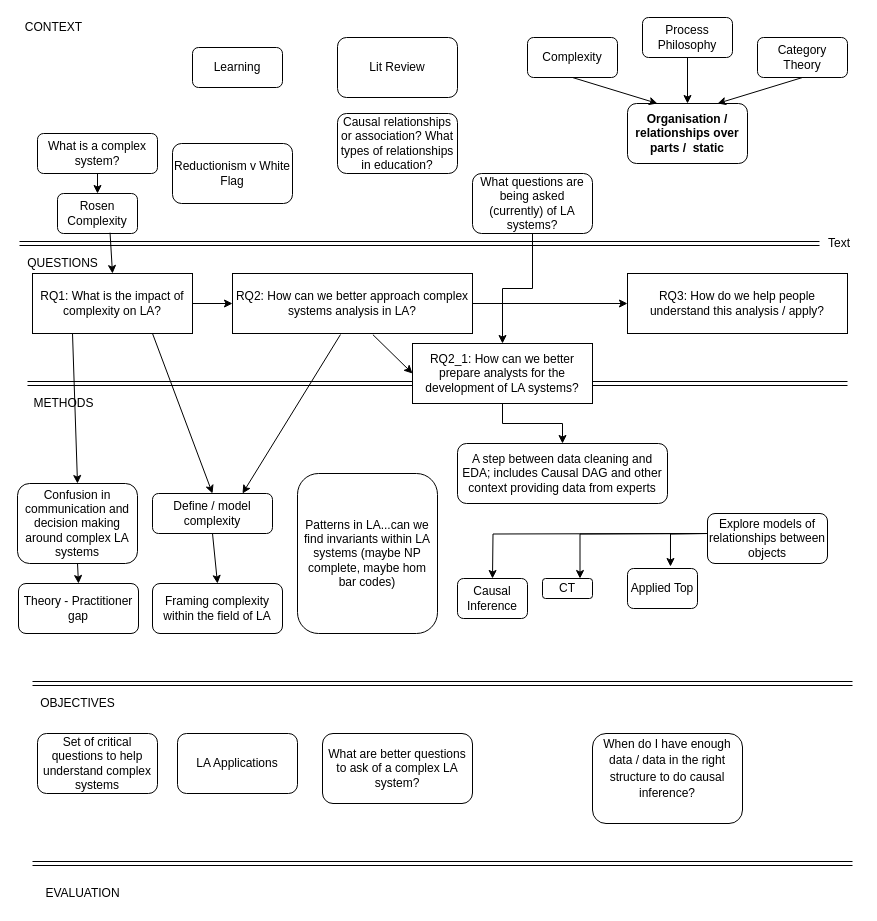
The draw.io diagram Thesis diagram 02.drawio in benwhicks/phd, before the edit. Source tidied: cells renumbered, new cells numbered last; positions are measured from the earlier drawing's top-left corner, leaving out a move shared by most shapes. Both pictures are drawn from the tidied source at 100%, with x=0, y=0 at pixel (17, 17).
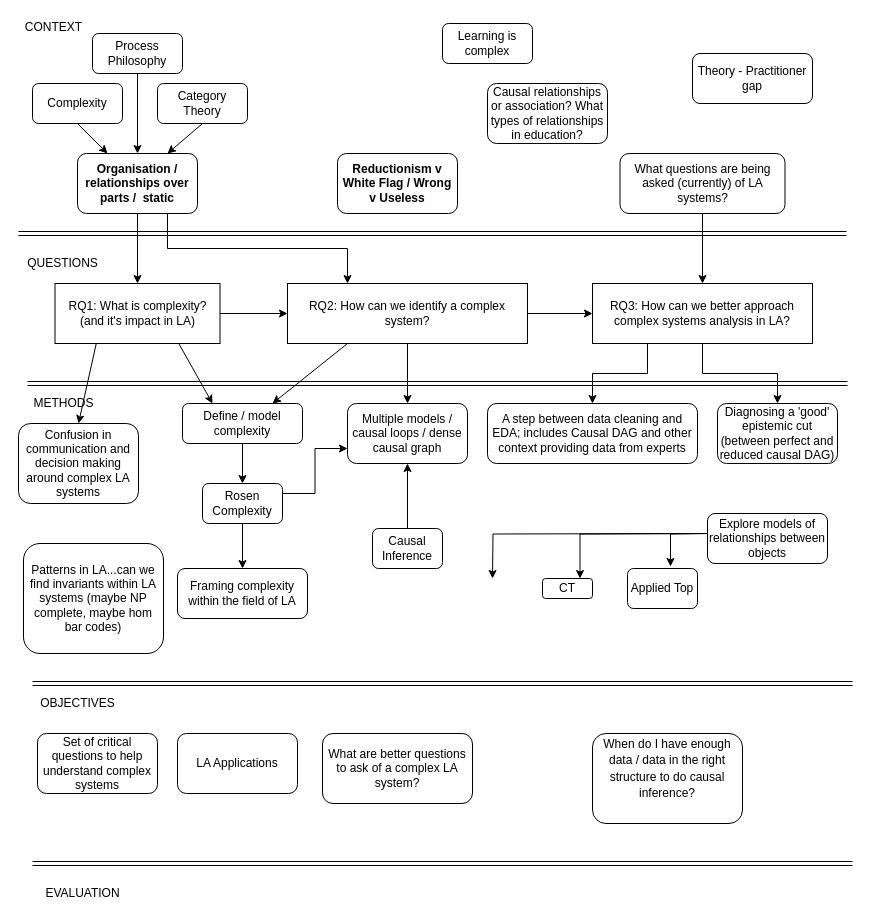
Above is the later version.

The edit, as a diff of the source:
```diff
@@
-    <mxCell id="2" value="&lt;span&gt;RQ1: What is the impact of complexity on LA?&lt;/span&gt;" style="rounded=0;whiteSpace=wrap;html=1;" parent="1" vertex="1">
-      <mxGeometry x="15" y="256" width="160" height="60" as="geometry" />
+    <mxCell id="2" value="&lt;span&gt;RQ1: What is complexity? (and it's impact in LA)&lt;/span&gt;" style="rounded=0;whiteSpace=wrap;html=1;" parent="1" vertex="1">
+      <mxGeometry x="37.5" y="266" width="165" height="60" as="geometry" />
     </mxCell>
+    <mxCell id="59" style="edgeStyle=orthogonalEdgeStyle;rounded=0;jettySize=auto;html=1;exitX=0.5;exitY=1;exitDx=0;exitDy=0;entryX=0.5;entryY=0;entryDx=0;entryDy=0;" parent="1" edge="1" source="3" target="67">
+      <mxGeometry relative="1" as="geometry" />
+    </mxCell>
-    <mxCell id="3" value="RQ2: How can we better approach complex systems analysis in LA?" style="rounded=0;whiteSpace=wrap;html=1;" parent="1" vertex="1">
-      <mxGeometry x="215" y="256" width="240" height="60" as="geometry" />
+    <mxCell id="3" value="RQ2: How can we identify a complex system?" style="rounded=0;whiteSpace=wrap;html=1;" parent="1" vertex="1">
+      <mxGeometry x="270" y="266" width="240" height="60" as="geometry" />
     </mxCell>
@@
-    <mxCell id="6" style="shape=link;html=1;" parent="1" edge="1" target="7">
+    <mxCell id="6" style="shape=link;html=1;" parent="1" edge="1">
       <mxGeometry relative="1" as="geometry">
-        <mxPoint x="2" y="226" as="sourcePoint" />
+        <mxPoint x="1" y="216" as="sourcePoint" />
+        <mxPoint x="829" y="216" as="targetPoint" />
       </mxGeometry>
     </mxCell>
-    <mxCell id="7" value="Text" style="text;html=1;strokeColor=none;fillColor=none;align=center;verticalAlign=middle;whiteSpace=wrap;rounded=0;" parent="1" vertex="1">
-      <mxGeometry x="802" y="216" width="40" height="20" as="geometry" />
-    </mxCell>
@@
     <mxCell id="13" value="Framing complexity within the field of LA" style="rounded=1;whiteSpace=wrap;html=1;" parent="1" vertex="1">
-      <mxGeometry x="135" y="566" width="130" height="50" as="geometry" />
+      <mxGeometry x="160" y="551" width="130" height="50" as="geometry" />
     </mxCell>
@@
+    <mxCell id="60" style="edgeStyle=orthogonalEdgeStyle;rounded=0;jettySize=auto;html=1;exitX=0.5;exitY=1;exitDx=0;exitDy=0;entryX=0.5;entryY=0;entryDx=0;entryDy=0;" parent="1" edge="1" source="15" target="13">
+      <mxGeometry relative="1" as="geometry" />
+    </mxCell>
+    <mxCell id="61" style="edgeStyle=orthogonalEdgeStyle;rounded=0;jettySize=auto;html=1;exitX=1;exitY=0.25;exitDx=0;exitDy=0;entryX=0;entryY=0.75;entryDx=0;entryDy=0;" parent="1" edge="1" source="15" target="67">
+      <mxGeometry relative="1" as="geometry" />
+    </mxCell>
     <mxCell id="15" value="Rosen Complexity" style="rounded=1;whiteSpace=wrap;html=1;" parent="1" vertex="1">
-      <mxGeometry x="40" y="176" width="80" height="40" as="geometry" />
+      <mxGeometry x="185" y="466" width="80" height="40" as="geometry" />
     </mxCell>
+    <mxCell id="62" style="edgeStyle=orthogonalEdgeStyle;rounded=0;jettySize=auto;html=1;exitX=0.5;exitY=0;exitDx=0;exitDy=0;entryX=0.5;entryY=1;entryDx=0;entryDy=0;" parent="1" edge="1" source="16" target="67">
+      <mxGeometry relative="1" as="geometry" />
+    </mxCell>
     <mxCell id="16" value="Causal Inference" style="rounded=1;whiteSpace=wrap;html=1;" parent="1" vertex="1">
-      <mxGeometry x="440" y="561" width="70" height="40" as="geometry" />
+      <mxGeometry x="355" y="511" width="70" height="40" as="geometry" />
     </mxCell>
@@
     <mxCell id="18" value="Theory - Practitioner gap" style="rounded=1;whiteSpace=wrap;html=1;" parent="1" vertex="1">
-      <mxGeometry x="1" y="566" width="120" height="50" as="geometry" />
+      <mxGeometry x="675" y="36" width="120" height="50" as="geometry" />
     </mxCell>
-    <mxCell id="19" value="Reductionism v White Flag" style="rounded=1;whiteSpace=wrap;html=1;" parent="1" vertex="1">
-      <mxGeometry x="155" y="126" width="120" height="60" as="geometry" />
+    <mxCell id="19" value="Reductionism v White Flag / Wrong v Useless" style="rounded=1;whiteSpace=wrap;html=1;fontStyle=1;" parent="1" vertex="1">
+      <mxGeometry x="320" y="136" width="120" height="60" as="geometry" />
     </mxCell>
@@
+    <mxCell id="63" style="edgeStyle=orthogonalEdgeStyle;rounded=0;jettySize=auto;html=1;exitX=0.5;exitY=1;exitDx=0;exitDy=0;entryX=0.5;entryY=0;entryDx=0;entryDy=0;" parent="1" edge="1" source="25" target="2">
+      <mxGeometry relative="1" as="geometry" />
+    </mxCell>
+    <mxCell id="64" style="edgeStyle=orthogonalEdgeStyle;rounded=0;jettySize=auto;html=1;exitX=0.75;exitY=1;exitDx=0;exitDy=0;entryX=0.25;entryY=0;entryDx=0;entryDy=0;" parent="1" edge="1" source="25" target="3">
+      <mxGeometry relative="1" as="geometry" />
+    </mxCell>
     <mxCell id="25" value="Organisation / relationships over parts /&amp;nbsp; static" style="rounded=1;whiteSpace=wrap;html=1;fontStyle=1;" parent="1" vertex="1">
-      <mxGeometry x="610" y="86" width="120" height="60" as="geometry" />
+      <mxGeometry x="60" y="136" width="120" height="60" as="geometry" />
     </mxCell>
@@
-    <mxCell id="27" style="edgeStyle=orthogonalEdgeStyle;rounded=0;jettySize=auto;html=1;exitX=0.5;exitY=1;exitDx=0;exitDy=0;entryX=0.5;entryY=0;entryDx=0;entryDy=0;" parent="1" edge="1" source="28" target="56">
-      <mxGeometry relative="1" as="geometry" />
-    </mxCell>
+    <mxCell id="65" style="edgeStyle=orthogonalEdgeStyle;rounded=0;jettySize=auto;html=1;exitX=0.5;exitY=1;exitDx=0;exitDy=0;" parent="1" edge="1" source="28" target="36">
+      <mxGeometry relative="1" as="geometry" />
+    </mxCell>
     <mxCell id="28" value="What questions are being asked (currently) of LA systems?" style="rounded=1;whiteSpace=wrap;html=1;" parent="1" vertex="1">
-      <mxGeometry x="455" y="156" width="120" height="60" as="geometry" />
+      <mxGeometry x="602.5" y="136" width="165" height="60" as="geometry" />
     </mxCell>
-    <mxCell id="29" value="What is a complex system?" style="rounded=1;whiteSpace=wrap;html=1;" parent="1" vertex="1">
-      <mxGeometry x="20" y="116" width="120" height="40" as="geometry" />
-    </mxCell>
-    <mxCell id="30" style="endArrow=classic;html=1;exitX=0.5;exitY=1;exitDx=0;exitDy=0;entryX=0.5;entryY=0;entryDx=0;entryDy=0;" parent="1" edge="1" source="29" target="15">
-      <mxGeometry relative="1" as="geometry" />
-    </mxCell>
     <mxCell id="31" value="Define / model complexity" style="rounded=1;whiteSpace=wrap;html=1;" parent="1" vertex="1">
-      <mxGeometry x="135" y="476" width="120" height="40" as="geometry" />
+      <mxGeometry x="165" y="386" width="120" height="40" as="geometry" />
     </mxCell>
-    <mxCell id="32" style="endArrow=classic;html=1;exitX=0.75;exitY=1;exitDx=0;exitDy=0;entryX=0.5;entryY=0;entryDx=0;entryDy=0;" parent="1" edge="1" source="2" target="31">
+    <mxCell id="32" style="endArrow=classic;html=1;exitX=0.75;exitY=1;exitDx=0;exitDy=0;entryX=0.25;entryY=0;entryDx=0;entryDy=0;" parent="1" edge="1" source="2" target="31">
       <mxGeometry relative="1" as="geometry" />
     </mxCell>
-    <mxCell id="33" style="endArrow=classic;html=1;exitX=0.657;exitY=0.98;exitDx=0;exitDy=0;exitPerimeter=0;entryX=0.5;entryY=0;entryDx=0;entryDy=0;" parent="1" edge="1" source="15" target="2">
+    <mxCell id="33" style="endArrow=classic;html=1;exitX=0.5;exitY=1;exitDx=0;exitDy=0;entryX=0.5;entryY=0;entryDx=0;entryDy=0;" parent="1" edge="1" source="31" target="15">
       <mxGeometry relative="1" as="geometry" />
     </mxCell>
-    <mxCell id="34" value="Lit Review" style="rounded=1;whiteSpace=wrap;html=1;" parent="1" vertex="1">
-      <mxGeometry x="320" y="20" width="120" height="60" as="geometry" />
-    </mxCell>
@@
+    <mxCell id="66" style="edgeStyle=orthogonalEdgeStyle;rounded=0;jettySize=auto;html=1;exitX=0.5;exitY=1;exitDx=0;exitDy=0;" parent="1" edge="1" source="36" target="68">
+      <mxGeometry relative="1" as="geometry" />
+    </mxCell>
-    <mxCell id="36" value="RQ3: How do we help people understand this analysis / apply?" style="rounded=0;whiteSpace=wrap;html=1;" parent="1" vertex="1">
-      <mxGeometry x="610" y="256" width="220" height="60" as="geometry" />
+    <mxCell id="36" value="RQ3: How can we better approach complex systems analysis in LA?" style="rounded=0;whiteSpace=wrap;html=1;" parent="1" vertex="1">
+      <mxGeometry x="575" y="266" width="220" height="60" as="geometry" />
     </mxCell>
@@
     <mxCell id="38" value="Causal relationships or association? What types of relationships in education?" style="rounded=1;whiteSpace=wrap;html=1;" parent="1" vertex="1">
-      <mxGeometry x="320" y="96" width="120" height="60" as="geometry" />
+      <mxGeometry x="470" y="66" width="120" height="60" as="geometry" />
     </mxCell>
     <mxCell id="39" value="Patterns in LA...can we find invariants within LA systems (maybe NP complete, maybe hom bar codes)" style="rounded=1;whiteSpace=wrap;html=1;" parent="1" vertex="1">
-      <mxGeometry x="280" y="456" width="140" height="160" as="geometry" />
+      <mxGeometry x="6" y="526" width="140" height="110" as="geometry" />
     </mxCell>
@@
     <mxCell id="43" value="Process Philosophy" style="rounded=1;whiteSpace=wrap;html=1;" parent="1" vertex="1">
-      <mxGeometry x="625" width="90" height="40" as="geometry" />
+      <mxGeometry x="75" y="16" width="90" height="40" as="geometry" />
     </mxCell>
     <mxCell id="44" value="Category Theory" style="rounded=1;whiteSpace=wrap;html=1;" parent="1" vertex="1">
-      <mxGeometry x="740" y="20" width="90" height="40" as="geometry" />
+      <mxGeometry x="140" y="66" width="90" height="40" as="geometry" />
     </mxCell>
     <mxCell id="45" value="Complexity" style="rounded=1;whiteSpace=wrap;html=1;" parent="1" vertex="1">
-      <mxGeometry x="510" y="20" width="90" height="40" as="geometry" />
+      <mxGeometry x="15" y="66" width="90" height="40" as="geometry" />
     </mxCell>
-    <mxCell id="46" value="Learning" style="rounded=1;whiteSpace=wrap;html=1;" parent="1" vertex="1">
-      <mxGeometry x="175" y="30" width="90" height="40" as="geometry" />
+    <mxCell id="46" value="Learning is complex" style="rounded=1;whiteSpace=wrap;html=1;" parent="1" vertex="1">
+      <mxGeometry x="425" y="6" width="90" height="40" as="geometry" />
     </mxCell>
@@
-    <mxCell id="50" style="endArrow=classic;html=1;exitX=0.45;exitY=1.017;exitDx=0;exitDy=0;exitPerimeter=0;entryX=0.75;entryY=0;entryDx=0;entryDy=0;" parent="1" edge="1" source="3" target="31">
+    <mxCell id="50" style="endArrow=classic;html=1;exitX=0.25;exitY=1;exitDx=0;exitDy=0;entryX=0.75;entryY=0;entryDx=0;entryDy=0;" parent="1" edge="1" source="3" target="31">
       <mxGeometry relative="1" as="geometry" />
     </mxCell>
@@
-    <mxCell id="52" style="endArrow=classic;html=1;exitX=0.5;exitY=1;exitDx=0;exitDy=0;entryX=0.5;entryY=0;entryDx=0;entryDy=0;" parent="1" edge="1" source="31" target="13">
-      <mxGeometry relative="1" as="geometry" />
-    </mxCell>
     <mxCell id="53" value="Confusion in communication and decision making around complex LA systems" style="rounded=1;whiteSpace=wrap;html=1;" parent="1" vertex="1">
-      <mxGeometry y="466" width="120" height="80" as="geometry" />
+      <mxGeometry x="1" y="406" width="120" height="80" as="geometry" />
     </mxCell>
-    <mxCell id="54" style="endArrow=classic;html=1;exitX=0.5;exitY=1;exitDx=0;exitDy=0;entryX=0.5;entryY=0;entryDx=0;entryDy=0;" parent="1" edge="1" source="53" target="18">
-      <mxGeometry relative="1" as="geometry" />
-    </mxCell>
-    <mxCell id="55" style="edgeStyle=orthogonalEdgeStyle;rounded=0;jettySize=auto;html=1;exitX=0.5;exitY=1;exitDx=0;exitDy=0;entryX=0.5;entryY=0;entryDx=0;entryDy=0;" parent="1" edge="1" source="56" target="57">
+    <mxCell id="55" style="edgeStyle=orthogonalEdgeStyle;rounded=0;jettySize=auto;html=1;entryX=0.5;entryY=0;entryDx=0;entryDy=0;exitX=0.25;exitY=1;exitDx=0;exitDy=0;" parent="1" edge="1" source="36" target="57">
       <mxGeometry relative="1" as="geometry" />
     </mxCell>
-    <mxCell id="56" value="RQ2_1: How can we better prepare analysts for the development of LA systems?" style="rounded=0;whiteSpace=wrap;html=1;" parent="1" vertex="1">
-      <mxGeometry x="395" y="326" width="180" height="60" as="geometry" />
-    </mxCell>
     <mxCell id="57" value="A step between data cleaning and EDA; includes Causal DAG and other context providing data from experts" style="rounded=1;whiteSpace=wrap;html=1;" parent="1" vertex="1">
-      <mxGeometry x="440" y="426" width="210" height="60" as="geometry" />
+      <mxGeometry x="470" y="386" width="210" height="60" as="geometry" />
     </mxCell>
-    <mxCell id="58" style="endArrow=classic;html=1;exitX=0.585;exitY=1.02;exitDx=0;exitDy=0;exitPerimeter=0;entryX=0;entryY=0.5;entryDx=0;entryDy=0;" parent="1" edge="1" source="3" target="56">
-      <mxGeometry relative="1" as="geometry" />
-    </mxCell>
+    <mxCell id="67" value="Multiple models / causal loops / dense causal graph" style="rounded=1;whiteSpace=wrap;html=1;" parent="1" vertex="1">
+      <mxGeometry x="330" y="386" width="120" height="60" as="geometry" />
+    </mxCell>
+    <mxCell id="68" value="Diagnosing a 'good' epistemic cut (between perfect and reduced causal DAG)" style="rounded=1;whiteSpace=wrap;html=1;" parent="1" vertex="1">
+      <mxGeometry x="700" y="386" width="120" height="60" as="geometry" />
+    </mxCell>
```
